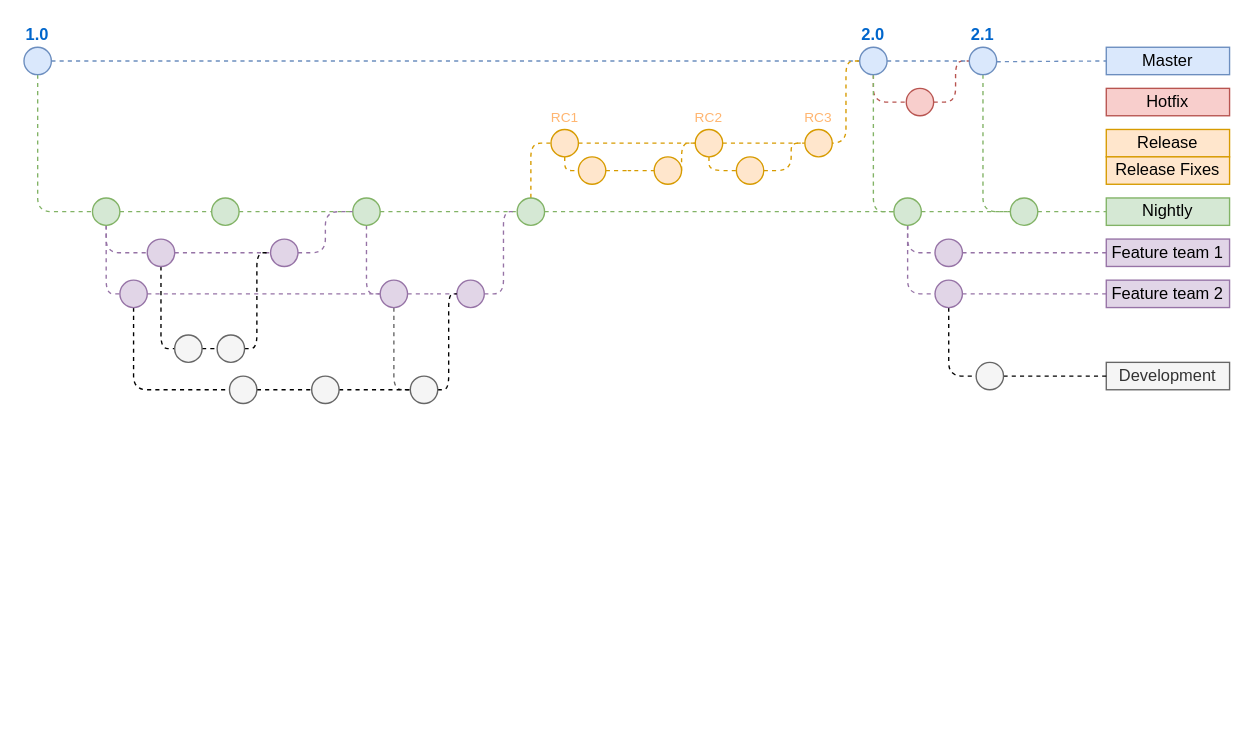
Above: GitFlow DIagram.drawio in polegayko-ag/diagrams (draw.io), before the change. Source tidied: cells renumbered, new cells numbered last; positions are measured from the earlier drawing's top-left corner, leaving out a move shared by most shapes. Both pictures are drawn from the tidied source at 137%, with x=0, y=0 at pixel (23, 47).
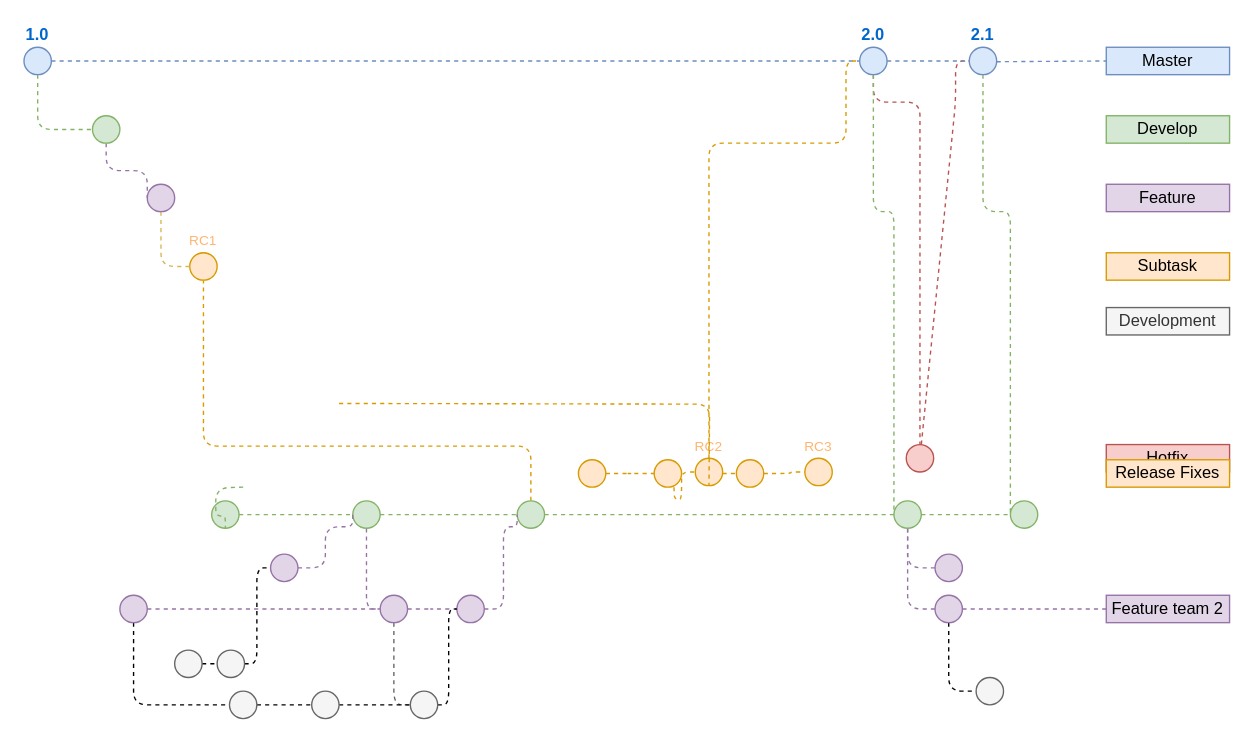
The same page after the edit.

Unchanged cells that the change refers to:
```xml
<mxCell id="4" value="1.0" style="ellipse;whiteSpace=wrap;html=1;fillColor=#dae8fc;strokeColor=#6c8ebf;fontStyle=1;labelPosition=center;verticalLabelPosition=top;align=center;verticalAlign=bottom;fontColor=#0066CC;" parent="1" vertex="1">
  <mxGeometry width="20" height="20" as="geometry" />
</mxCell>
```

The edit, as a diff of the source:
```diff
@@
-    <mxCell id="3" style="edgeStyle=orthogonalEdgeStyle;rounded=1;jettySize=auto;html=1;dashed=1;endArrow=none;endFill=0;fillColor=#d5e8d4;strokeColor=#82b366;" parent="1" edge="1" source="4" target="16">
+    <mxCell id="3" style="edgeStyle=orthogonalEdgeStyle;rounded=1;jettySize=auto;html=1;dashed=1;endArrow=none;endFill=0;fillColor=#d5e8d4;strokeColor=#82b366;entryX=0;entryY=0.5;entryDx=0;entryDy=0;" parent="1" edge="1" source="4" target="16">
       <mxGeometry relative="1" as="geometry">
         <Array as="points">
-          <mxPoint x="10" y="120" />
+          <mxPoint x="10" y="60" />
         </Array>
       </mxGeometry>
     </mxCell>
@@
     <mxCell id="8" style="ellipse;whiteSpace=wrap;html=1;fillColor=#f8cecc;strokeColor=#b85450;" parent="1" vertex="1">
-      <mxGeometry x="644" y="30" width="20" height="20" as="geometry" />
+      <mxGeometry x="644" y="290" width="20" height="20" as="geometry" />
     </mxCell>
@@
     <mxCell id="12" value="Hotfix" style="text;html=1;strokeColor=#b85450;fillColor=#f8cecc;align=center;verticalAlign=middle;whiteSpace=wrap;rounded=0;" parent="1" vertex="1">
-      <mxGeometry x="790" y="30" width="90" height="20" as="geometry" />
+      <mxGeometry x="790" y="290" width="90" height="20" as="geometry" />
     </mxCell>
-    <mxCell id="13" style="edgeStyle=orthogonalEdgeStyle;rounded=1;jettySize=auto;html=1;dashed=1;endArrow=none;endFill=0;fillColor=#d5e8d4;strokeColor=#82b366;" parent="1" edge="1" source="70" target="17">
-      <mxGeometry relative="1" as="geometry" />
-    </mxCell>
-    <mxCell id="14" style="edgeStyle=orthogonalEdgeStyle;rounded=1;jettySize=auto;html=1;dashed=1;endArrow=none;endFill=0;fontSize=10;fontColor=#FFB570;fillColor=#e1d5e7;strokeColor=#9673a6;" parent="1" edge="1" source="16" target="80">
-      <mxGeometry relative="1" as="geometry">
-        <Array as="points">
-          <mxPoint x="60" y="130" />
-        </Array>
-      </mxGeometry>
-    </mxCell>
-    <mxCell id="15" style="edgeStyle=orthogonalEdgeStyle;rounded=1;jettySize=auto;html=1;dashed=1;endArrow=none;endFill=0;fontSize=12;fontColor=#FFB570;fillColor=#e1d5e7;strokeColor=#9673a6;" parent="1" edge="1" source="16" target="40">
+    <mxCell id="15" style="edgeStyle=orthogonalEdgeStyle;rounded=1;jettySize=auto;html=1;dashed=1;endArrow=none;endFill=0;fontSize=12;fontColor=#FFB570;fillColor=#e1d5e7;strokeColor=#9673a6;entryX=0;entryY=0.5;entryDx=0;entryDy=0;" parent="1" edge="1" source="16" target="80">
       <mxGeometry relative="1" as="geometry">
         <Array as="points">
-          <mxPoint x="60" y="180" />
+          <mxPoint x="60" y="90" />
         </Array>
       </mxGeometry>
     </mxCell>
     <mxCell id="16" style="ellipse;whiteSpace=wrap;html=1;fillColor=#d5e8d4;strokeColor=#82b366;" parent="1" vertex="1">
-      <mxGeometry x="50" y="110" width="20" height="20" as="geometry" />
+      <mxGeometry x="50" y="50" width="20" height="20" as="geometry" />
     </mxCell>
-    <mxCell id="17" value="Nightly" style="text;html=1;strokeColor=#82b366;fillColor=#d5e8d4;align=center;verticalAlign=middle;whiteSpace=wrap;rounded=0;" parent="1" vertex="1">
-      <mxGeometry x="790" y="110" width="90" height="20" as="geometry" />
+    <mxCell id="17" value="Develop" style="text;html=1;strokeColor=#82b366;fillColor=#d5e8d4;align=center;verticalAlign=middle;whiteSpace=wrap;rounded=0;" parent="1" vertex="1">
+      <mxGeometry x="790" y="50" width="90" height="20" as="geometry" />
     </mxCell>
     <mxCell id="18" style="ellipse;whiteSpace=wrap;html=1;fillColor=#d5e8d4;strokeColor=#82b366;" parent="1" vertex="1">
-      <mxGeometry x="137" y="110" width="20" height="20" as="geometry" />
+      <mxGeometry x="137" y="331.1" width="20" height="20" as="geometry" />
     </mxCell>
-    <mxCell id="19" style="edgeStyle=orthogonalEdgeStyle;rounded=1;jettySize=auto;html=1;dashed=1;endArrow=none;endFill=0;fillColor=#d5e8d4;strokeColor=#82b366;" parent="1" edge="1" source="16" target="18">
-      <mxGeometry relative="1" as="geometry" />
+    <mxCell id="19" style="edgeStyle=orthogonalEdgeStyle;rounded=1;jettySize=auto;html=1;dashed=1;endArrow=none;endFill=0;fillColor=#d5e8d4;strokeColor=#82b366;" parent="1" edge="1" target="18">
+      <mxGeometry relative="1" as="geometry">
+        <mxPoint x="160" y="321.1" as="sourcePoint" />
+      </mxGeometry>
     </mxCell>
     <mxCell id="20" style="edgeStyle=orthogonalEdgeStyle;rounded=1;jettySize=auto;html=1;dashed=1;endArrow=none;endFill=0;fontSize=12;fontColor=#FFB570;fillColor=#e1d5e7;strokeColor=#9673a6;entryX=0;entryY=0.5;entryDx=0;entryDy=0;" parent="1" edge="1" source="21" target="43">
       <mxGeometry relative="1" as="geometry">
         <Array as="points">
-          <mxPoint x="250" y="180" />
+          <mxPoint x="250" y="410" />
         </Array>
       </mxGeometry>
     </mxCell>
     <mxCell id="21" style="ellipse;whiteSpace=wrap;html=1;fillColor=#d5e8d4;strokeColor=#82b366;" parent="1" vertex="1">
-      <mxGeometry x="240" y="110" width="20" height="20" as="geometry" />
+      <mxGeometry x="240" y="331.1" width="20" height="20" as="geometry" />
     </mxCell>
@@
     <mxCell id="23" style="edgeStyle=orthogonalEdgeStyle;rounded=1;jettySize=auto;html=1;dashed=1;endArrow=none;endFill=0;fontSize=10;fontColor=#FFB570;fillColor=#ffe6cc;strokeColor=#d79b00;" parent="1" edge="1" source="24" target="33">
       <mxGeometry relative="1" as="geometry">
         <Array as="points">
-          <mxPoint x="370" y="70" />
+          <mxPoint x="370" y="291.1" />
         </Array>
       </mxGeometry>
     </mxCell>
     <mxCell id="24" style="ellipse;whiteSpace=wrap;html=1;fillColor=#d5e8d4;strokeColor=#82b366;" parent="1" vertex="1">
-      <mxGeometry x="360" y="110" width="20" height="20" as="geometry" />
+      <mxGeometry x="360" y="331.1" width="20" height="20" as="geometry" />
     </mxCell>
@@
     <mxCell id="30" style="edgeStyle=orthogonalEdgeStyle;rounded=1;jettySize=auto;html=1;dashed=1;endArrow=none;endFill=0;fontSize=12;fontColor=#FFB570;entryX=0;entryY=0.5;entryDx=0;entryDy=0;fillColor=#ffe6cc;strokeColor=#d79b00;" parent="1" edge="1" source="31" target="73">
       <mxGeometry relative="1" as="geometry">
         <Array as="points">
-          <mxPoint x="500" y="90" />
+          <mxPoint x="500" y="311.1" />
         </Array>
       </mxGeometry>
     </mxCell>
     <mxCell id="31" value="RC2" style="ellipse;whiteSpace=wrap;html=1;fontSize=10;labelPosition=center;verticalLabelPosition=top;align=center;verticalAlign=bottom;fillColor=#ffe6cc;strokeColor=#d79b00;fontColor=#FFB570;" parent="1" vertex="1">
-      <mxGeometry x="490" y="60" width="20" height="20" as="geometry" />
+      <mxGeometry x="490" y="300" width="20" height="20" as="geometry" />
     </mxCell>
-    <mxCell id="32" style="edgeStyle=orthogonalEdgeStyle;rounded=1;jettySize=auto;html=1;dashed=1;endArrow=none;endFill=0;fontSize=10;fontColor=#FFB570;fillColor=#ffe6cc;strokeColor=#d79b00;" parent="1" edge="1" source="33" target="31">
-      <mxGeometry relative="1" as="geometry" />
+    <mxCell id="32" style="edgeStyle=orthogonalEdgeStyle;rounded=1;orthogonalLoop=1;jettySize=auto;html=1;dashed=1;endArrow=none;endFill=0;fontSize=10;fontColor=#FFB570;fillColor=#ffe6cc;strokeColor=#d79b00;" parent="1" edge="1">
+      <mxGeometry relative="1" as="geometry">
+        <mxPoint x="230" y="260" as="sourcePoint" />
+        <mxPoint x="500" y="320" as="targetPoint" />
+      </mxGeometry>
     </mxCell>
     <mxCell id="33" value="RC1" style="ellipse;whiteSpace=wrap;html=1;fontSize=10;labelPosition=center;verticalLabelPosition=top;align=center;verticalAlign=bottom;fillColor=#ffe6cc;strokeColor=#d79b00;fontColor=#FFB570;" parent="1" vertex="1">
-      <mxGeometry x="384.7" y="60" width="20" height="20" as="geometry" />
+      <mxGeometry x="121" y="150" width="20" height="20" as="geometry" />
     </mxCell>
-    <mxCell id="34" value="Release" style="text;html=1;strokeColor=#d79b00;fillColor=#ffe6cc;align=center;verticalAlign=middle;whiteSpace=wrap;rounded=0;fontSize=12;" parent="1" vertex="1">
-      <mxGeometry x="790" y="60" width="90" height="20" as="geometry" />
+    <mxCell id="34" value="Subtask" style="text;html=1;strokeColor=#d79b00;fillColor=#ffe6cc;align=center;verticalAlign=middle;whiteSpace=wrap;rounded=0;fontSize=12;" parent="1" vertex="1">
+      <mxGeometry x="790" y="150" width="90" height="20" as="geometry" />
     </mxCell>
-    <mxCell id="35" style="edgeStyle=orthogonalEdgeStyle;rounded=1;jettySize=auto;html=1;dashed=1;endArrow=none;endFill=0;fontSize=10;fontColor=#FFB570;fillColor=#e1d5e7;strokeColor=#9673a6;" parent="1" edge="1" source="80" target="38">
-      <mxGeometry relative="1" as="geometry" />
-    </mxCell>
-    <mxCell id="36" style="edgeStyle=orthogonalEdgeStyle;rounded=1;jettySize=auto;html=1;dashed=1;endArrow=none;endFill=0;fontSize=12;fontColor=#FFB570;jumpStyle=arc;jumpSize=6;" parent="1" edge="1" source="80" target="45">
-      <mxGeometry relative="1" as="geometry">
-        <Array as="points">
-          <mxPoint x="100" y="220" />
-        </Array>
-      </mxGeometry>
-    </mxCell>
     <mxCell id="37" style="edgeStyle=orthogonalEdgeStyle;rounded=1;jettySize=auto;html=1;dashed=1;endArrow=none;endFill=0;fontSize=10;fontColor=#FFB570;fillColor=#e1d5e7;strokeColor=#9673a6;entryX=0;entryY=0.5;entryDx=0;entryDy=0;" parent="1" edge="1" source="38" target="21">
       <mxGeometry relative="1" as="geometry">
         <Array as="points">
-          <mxPoint x="220" y="150" />
-          <mxPoint x="220" y="120" />
+          <mxPoint x="220" y="380" />
+          <mxPoint x="220" y="350" />
         </Array>
       </mxGeometry>
     </mxCell>
     <mxCell id="38" style="ellipse;whiteSpace=wrap;html=1;fontSize=10;fillColor=#e1d5e7;strokeColor=#9673a6;" parent="1" vertex="1">
-      <mxGeometry x="180" y="140" width="20" height="20" as="geometry" />
+      <mxGeometry x="180" y="370" width="20" height="20" as="geometry" />
     </mxCell>
     <mxCell id="39" style="edgeStyle=orthogonalEdgeStyle;rounded=1;jettySize=auto;html=1;dashed=1;endArrow=none;endFill=0;fontSize=12;fontColor=#FFB570;" parent="1" edge="1" source="40" target="54">
       <mxGeometry relative="1" as="geometry">
         <Array as="points">
-          <mxPoint x="80" y="250" />
+          <mxPoint x="80" y="480" />
         </Array>
       </mxGeometry>
     </mxCell>
     <mxCell id="40" style="ellipse;whiteSpace=wrap;html=1;fontSize=10;fillColor=#e1d5e7;strokeColor=#9673a6;" parent="1" vertex="1">
-      <mxGeometry x="70" y="170" width="20" height="20" as="geometry" />
+      <mxGeometry x="70" y="400" width="20" height="20" as="geometry" />
     </mxCell>
@@
     <mxCell id="42" style="edgeStyle=orthogonalEdgeStyle;rounded=1;jettySize=auto;html=1;dashed=1;endArrow=none;endFill=0;fontSize=12;fontColor=#FFB570;fillColor=#f5f5f5;strokeColor=#666666;" parent="1" edge="1" source="43" target="58">
       <mxGeometry relative="1" as="geometry">
         <Array as="points">
-          <mxPoint x="270" y="250" />
+          <mxPoint x="270" y="480" />
         </Array>
       </mxGeometry>
     </mxCell>
     <mxCell id="43" style="ellipse;whiteSpace=wrap;html=1;fontSize=10;fillColor=#e1d5e7;strokeColor=#9673a6;" parent="1" vertex="1">
-      <mxGeometry x="260" y="170" width="20" height="20" as="geometry" />
+      <mxGeometry x="260" y="400" width="20" height="20" as="geometry" />
     </mxCell>
@@
     <mxCell id="45" style="ellipse;whiteSpace=wrap;html=1;fontSize=10;fontColor=#333333;fillColor=#f5f5f5;strokeColor=#666666;" parent="1" vertex="1">
-      <mxGeometry x="110" y="210" width="20" height="20" as="geometry" />
+      <mxGeometry x="110" y="440" width="20" height="20" as="geometry" />
     </mxCell>
     <mxCell id="46" style="edgeStyle=orthogonalEdgeStyle;rounded=1;jettySize=auto;html=1;dashed=1;endArrow=none;endFill=0;fontSize=12;fontColor=#FFB570;fillColor=#e1d5e7;strokeColor=#9673a6;entryX=0;entryY=0.5;entryDx=0;entryDy=0;" parent="1" edge="1" source="47" target="24">
       <mxGeometry relative="1" as="geometry">
         <Array as="points">
-          <mxPoint x="350" y="180" />
-          <mxPoint x="350" y="120" />
+          <mxPoint x="350" y="410" />
+          <mxPoint x="350" y="350" />
         </Array>
       </mxGeometry>
     </mxCell>
     <mxCell id="47" style="ellipse;whiteSpace=wrap;html=1;fontSize=10;fillColor=#e1d5e7;strokeColor=#9673a6;" parent="1" vertex="1">
-      <mxGeometry x="316" y="170" width="20" height="20" as="geometry" />
+      <mxGeometry x="316" y="400" width="20" height="20" as="geometry" />
     </mxCell>
@@
-    <mxCell id="49" value="Feature team 1" style="text;html=1;strokeColor=#9673a6;fillColor=#e1d5e7;align=center;verticalAlign=middle;whiteSpace=wrap;rounded=0;" parent="1" vertex="1">
-      <mxGeometry x="790" y="140" width="90" height="20" as="geometry" />
+    <mxCell id="49" value="Feature" style="text;html=1;strokeColor=#9673a6;fillColor=#e1d5e7;align=center;verticalAlign=middle;whiteSpace=wrap;rounded=0;" parent="1" vertex="1">
+      <mxGeometry x="790" y="100" width="90" height="20" as="geometry" />
     </mxCell>
     <mxCell id="50" value="Feature team 2" style="text;html=1;strokeColor=#9673a6;fillColor=#e1d5e7;align=center;verticalAlign=middle;whiteSpace=wrap;rounded=0;" parent="1" vertex="1">
-      <mxGeometry x="790" y="170" width="90" height="20" as="geometry" />
+      <mxGeometry x="790" y="400" width="90" height="20" as="geometry" />
     </mxCell>
     <mxCell id="51" style="edgeStyle=orthogonalEdgeStyle;rounded=1;jettySize=auto;html=1;dashed=1;endArrow=none;endFill=0;fontSize=12;fontColor=#FFB570;jumpStyle=arc;entryX=0;entryY=0.5;entryDx=0;entryDy=0;" parent="1" edge="1" source="52" target="38">
       <mxGeometry relative="1" as="geometry">
         <Array as="points">
-          <mxPoint x="170" y="220" />
-          <mxPoint x="170" y="150" />
+          <mxPoint x="170" y="450" />
+          <mxPoint x="170" y="380" />
         </Array>
       </mxGeometry>
     </mxCell>
     <mxCell id="52" style="ellipse;whiteSpace=wrap;html=1;fontSize=10;fontColor=#333333;fillColor=#f5f5f5;strokeColor=#666666;" parent="1" vertex="1">
-      <mxGeometry x="141" y="210" width="20" height="20" as="geometry" />
+      <mxGeometry x="141" y="440" width="20" height="20" as="geometry" />
     </mxCell>
@@
     <mxCell id="54" style="ellipse;whiteSpace=wrap;html=1;fontSize=10;fontColor=#333333;fillColor=#f5f5f5;strokeColor=#666666;" parent="1" vertex="1">
-      <mxGeometry x="150" y="240" width="20" height="20" as="geometry" />
+      <mxGeometry x="150" y="470" width="20" height="20" as="geometry" />
     </mxCell>
@@
     <mxCell id="56" style="ellipse;whiteSpace=wrap;html=1;fontSize=10;fontColor=#333333;fillColor=#f5f5f5;strokeColor=#666666;" parent="1" vertex="1">
-      <mxGeometry x="210" y="240" width="20" height="20" as="geometry" />
+      <mxGeometry x="210" y="470" width="20" height="20" as="geometry" />
     </mxCell>
     <mxCell id="57" style="edgeStyle=orthogonalEdgeStyle;rounded=1;jettySize=auto;html=1;dashed=1;endArrow=none;endFill=0;fontSize=12;fontColor=#FFB570;entryX=0;entryY=0.5;entryDx=0;entryDy=0;" parent="1" edge="1" source="58" target="47">
       <mxGeometry relative="1" as="geometry">
         <Array as="points">
-          <mxPoint x="310" y="250" />
-          <mxPoint x="310" y="180" />
+          <mxPoint x="310" y="480" />
+          <mxPoint x="310" y="410" />
         </Array>
       </mxGeometry>
     </mxCell>
     <mxCell id="58" style="ellipse;whiteSpace=wrap;html=1;fontSize=10;fontColor=#333333;fillColor=#f5f5f5;strokeColor=#666666;" parent="1" vertex="1">
-      <mxGeometry x="282" y="240" width="20" height="20" as="geometry" />
+      <mxGeometry x="282" y="470" width="20" height="20" as="geometry" />
     </mxCell>
@@
     <mxCell id="60" style="ellipse;whiteSpace=wrap;html=1;fontSize=10;fillColor=#ffe6cc;strokeColor=#d79b00;" parent="1" vertex="1">
-      <mxGeometry x="404.7" y="80" width="20" height="20" as="geometry" />
+      <mxGeometry x="404.7" y="301.1" width="20" height="20" as="geometry" />
     </mxCell>
-    <mxCell id="61" value="Development" style="text;html=1;strokeColor=#666666;fillColor=#f5f5f5;align=center;verticalAlign=middle;whiteSpace=wrap;rounded=0;fontColor=#333333;" parent="1" vertex="1">
-      <mxGeometry x="790" y="230" width="90" height="20" as="geometry" />
-    </mxCell>
-    <mxCell id="62" style="edgeStyle=orthogonalEdgeStyle;rounded=1;jettySize=auto;html=1;dashed=1;endArrow=none;endFill=0;fontSize=12;fontColor=#FFB570;fillColor=#ffe6cc;strokeColor=#d79b00;entryX=0;entryY=0.5;entryDx=0;entryDy=0;" parent="1" edge="1" source="63" target="31">
+    <mxCell id="62" style="edgeStyle=orthogonalEdgeStyle;rounded=1;jettySize=auto;html=1;dashed=1;endArrow=none;endFill=0;fontSize=12;fontColor=#FFB570;fillColor=#ffe6cc;strokeColor=#d79b00;entryX=0;entryY=0.5;entryDx=0;entryDy=0;" parent="1" edge="1" target="31">
       <mxGeometry relative="1" as="geometry">
+        <mxPoint x="474.5" y="321.1" as="sourcePoint" />
         <Array as="points">
-          <mxPoint x="480" y="90" />
-          <mxPoint x="480" y="70" />
+          <mxPoint x="480" y="330" />
+          <mxPoint x="480" y="310" />
         </Array>
       </mxGeometry>
     </mxCell>
     <mxCell id="63" style="ellipse;whiteSpace=wrap;html=1;fontSize=10;fillColor=#ffe6cc;strokeColor=#d79b00;" parent="1" vertex="1">
-      <mxGeometry x="460" y="80" width="20" height="20" as="geometry" />
+      <mxGeometry x="460" y="301.1" width="20" height="20" as="geometry" />
     </mxCell>
-    <mxCell id="64" style="edgeStyle=orthogonalEdgeStyle;rounded=1;jettySize=auto;html=1;dashed=1;endArrow=none;endFill=0;fontSize=12;fontColor=#FFB570;fillColor=#ffe6cc;strokeColor=#d79b00;" parent="1" edge="1" source="33" target="60">
-      <mxGeometry relative="1" as="geometry">
-        <Array as="points">
-          <mxPoint x="395" y="90" />
-        </Array>
-      </mxGeometry>
-    </mxCell>
     <mxCell id="65" style="edgeStyle=orthogonalEdgeStyle;rounded=1;jettySize=auto;html=1;dashed=1;endArrow=none;endFill=0;fontSize=12;fontColor=#FFB570;fillColor=#e1d5e7;strokeColor=#9673a6;" parent="1" edge="1" source="67" target="76">
       <mxGeometry relative="1" as="geometry">
         <Array as="points">
-          <mxPoint x="645" y="150" />
+          <mxPoint x="645" y="380" />
         </Array>
       </mxGeometry>
     </mxCell>
     <mxCell id="66" style="edgeStyle=orthogonalEdgeStyle;rounded=1;jettySize=auto;html=1;dashed=1;endArrow=none;endFill=0;fontSize=12;fontColor=#FFB570;fillColor=#e1d5e7;strokeColor=#9673a6;" parent="1" edge="1" source="67" target="79">
       <mxGeometry relative="1" as="geometry">
         <Array as="points">
-          <mxPoint x="645" y="180" />
+          <mxPoint x="645" y="410" />
         </Array>
       </mxGeometry>
     </mxCell>
     <mxCell id="67" style="ellipse;whiteSpace=wrap;html=1;fontSize=10;fillColor=#d5e8d4;strokeColor=#82b366;" parent="1" vertex="1">
-      <mxGeometry x="635" y="110" width="20" height="20" as="geometry" />
+      <mxGeometry x="635" y="331.1" width="20" height="20" as="geometry" />
     </mxCell>
@@
     <mxCell id="69" value="Release Fixes" style="text;html=1;strokeColor=#d79b00;fillColor=#ffe6cc;align=center;verticalAlign=middle;whiteSpace=wrap;rounded=0;fontSize=12;" parent="1" vertex="1">
-      <mxGeometry x="790" y="80" width="90" height="20" as="geometry" />
+      <mxGeometry x="790" y="301.1" width="90" height="20" as="geometry" />
     </mxCell>
     <mxCell id="70" style="ellipse;whiteSpace=wrap;html=1;fontSize=12;fillColor=#d5e8d4;strokeColor=#82b366;" parent="1" vertex="1">
-      <mxGeometry x="720" y="110" width="20" height="20" as="geometry" />
+      <mxGeometry x="720" y="331.1" width="20" height="20" as="geometry" />
     </mxCell>
@@
     <mxCell id="73" style="ellipse;whiteSpace=wrap;html=1;fontSize=10;fillColor=#ffe6cc;strokeColor=#d79b00;" parent="1" vertex="1">
-      <mxGeometry x="520" y="80" width="20" height="20" as="geometry" />
+      <mxGeometry x="520" y="301.1" width="20" height="20" as="geometry" />
     </mxCell>
     <mxCell id="74" value="RC3" style="ellipse;whiteSpace=wrap;html=1;fontSize=10;fillColor=#ffe6cc;strokeColor=#d79b00;labelPosition=center;verticalLabelPosition=top;align=center;verticalAlign=bottom;fontColor=#FFB570;" parent="1" vertex="1">
-      <mxGeometry x="570" y="60" width="20" height="20" as="geometry" />
+      <mxGeometry x="570" y="300" width="20" height="20" as="geometry" />
     </mxCell>
-    <mxCell id="75" style="edgeStyle=orthogonalEdgeStyle;rounded=1;jettySize=auto;html=1;dashed=1;endArrow=none;endFill=0;fontSize=12;fontColor=#FFB570;fillColor=#e1d5e7;strokeColor=#9673a6;" parent="1" edge="1" source="76" target="49">
-      <mxGeometry relative="1" as="geometry" />
-    </mxCell>
     <mxCell id="76" style="ellipse;whiteSpace=wrap;html=1;fontSize=12;fillColor=#e1d5e7;strokeColor=#9673a6;" parent="1" vertex="1">
-      <mxGeometry x="665" y="140" width="20" height="20" as="geometry" />
+      <mxGeometry x="665" y="370" width="20" height="20" as="geometry" />
     </mxCell>
@@
     <mxCell id="78" style="edgeStyle=orthogonalEdgeStyle;rounded=1;jettySize=auto;html=1;endArrow=none;endFill=0;dashed=1;" parent="1" edge="1" source="79" target="82">
       <mxGeometry relative="1" as="geometry">
         <Array as="points">
-          <mxPoint x="675" y="240" />
+          <mxPoint x="675" y="470" />
         </Array>
       </mxGeometry>
     </mxCell>
     <mxCell id="79" style="ellipse;whiteSpace=wrap;html=1;fontSize=12;fillColor=#e1d5e7;strokeColor=#9673a6;" parent="1" vertex="1">
-      <mxGeometry x="665" y="170" width="20" height="20" as="geometry" />
+      <mxGeometry x="665" y="400" width="20" height="20" as="geometry" />
     </mxCell>
+    <mxCell id="83" style="edgeStyle=orthogonalEdgeStyle;rounded=1;jettySize=auto;html=1;exitX=0.5;exitY=1;exitDx=0;exitDy=0;dashed=1;fillColor=#fff2cc;strokeColor=#d6b656;entryX=0;entryY=0.5;entryDx=0;entryDy=0;endArrow=none;endFill=0;" parent="1" edge="1" source="80" target="33">
+      <mxGeometry relative="1" as="geometry">
+        <Array as="points">
+          <mxPoint x="100" y="160" />
+        </Array>
+      </mxGeometry>
+    </mxCell>
     <mxCell id="80" style="ellipse;whiteSpace=wrap;html=1;fontSize=10;fillColor=#e1d5e7;strokeColor=#9673a6;" parent="1" vertex="1">
-      <mxGeometry x="90" y="140" width="20" height="20" as="geometry" />
+      <mxGeometry x="90" y="100" width="20" height="20" as="geometry" />
     </mxCell>
-    <mxCell id="81" style="edgeStyle=orthogonalEdgeStyle;rounded=1;jettySize=auto;html=1;dashed=1;endArrow=none;endFill=0;" parent="1" edge="1" source="82" target="61">
-      <mxGeometry relative="1" as="geometry" />
-    </mxCell>
     <mxCell id="82" style="ellipse;whiteSpace=wrap;html=1;fontSize=10;fontColor=#333333;fillColor=#f5f5f5;strokeColor=#666666;" parent="1" vertex="1">
-      <mxGeometry x="695" y="230" width="20" height="20" as="geometry" />
+      <mxGeometry x="695" y="460" width="20" height="20" as="geometry" />
     </mxCell>
+    <mxCell id="61" value="Development" style="text;html=1;strokeColor=#666666;fillColor=#f5f5f5;align=center;verticalAlign=middle;whiteSpace=wrap;rounded=0;fontColor=#333333;" parent="1" vertex="1">
+      <mxGeometry x="790" y="190" width="90" height="20" as="geometry" />
+    </mxCell>
```
